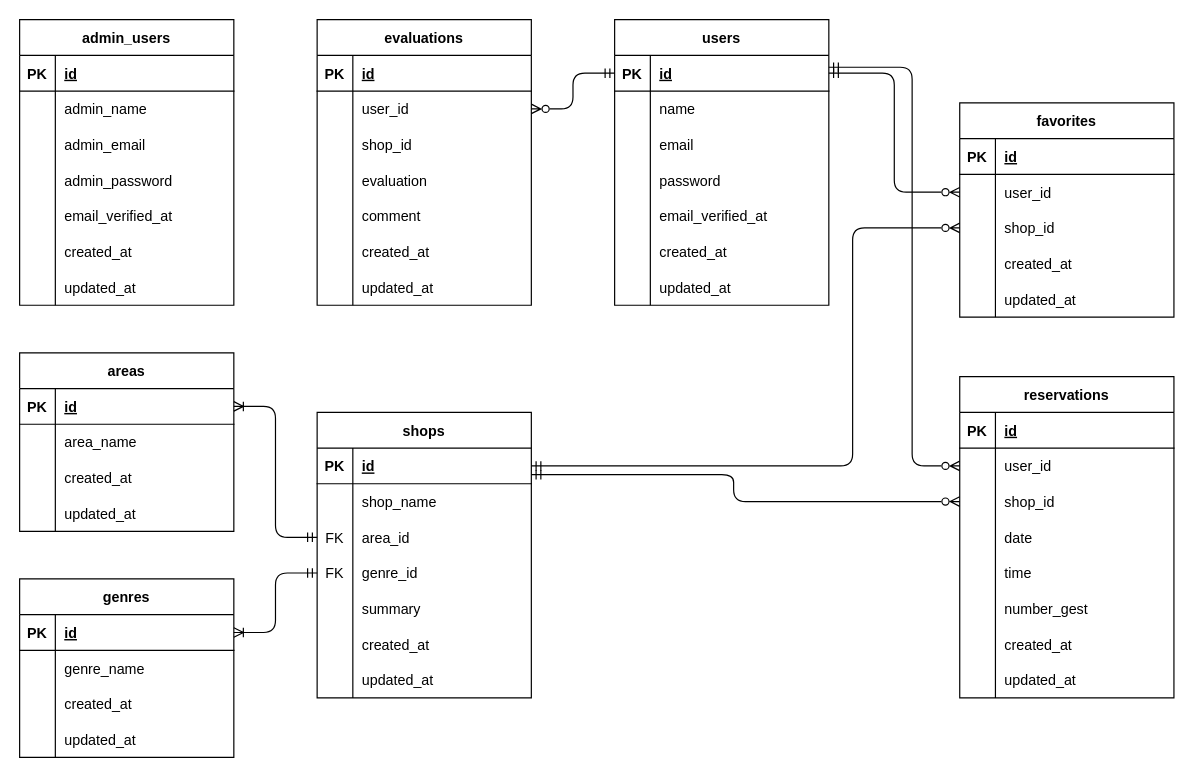
Earlier version of the draw.io diagram rese_ER.dio (ayuka-maruyama/Rese2024). Source tidied: cells renumbered, new cells numbered last; positions are measured from the earlier drawing's top-left corner, leaving out a move shared by most shapes. Both pictures are drawn from the tidied source at 119%, with x=0, y=0 at pixel (19, 19).
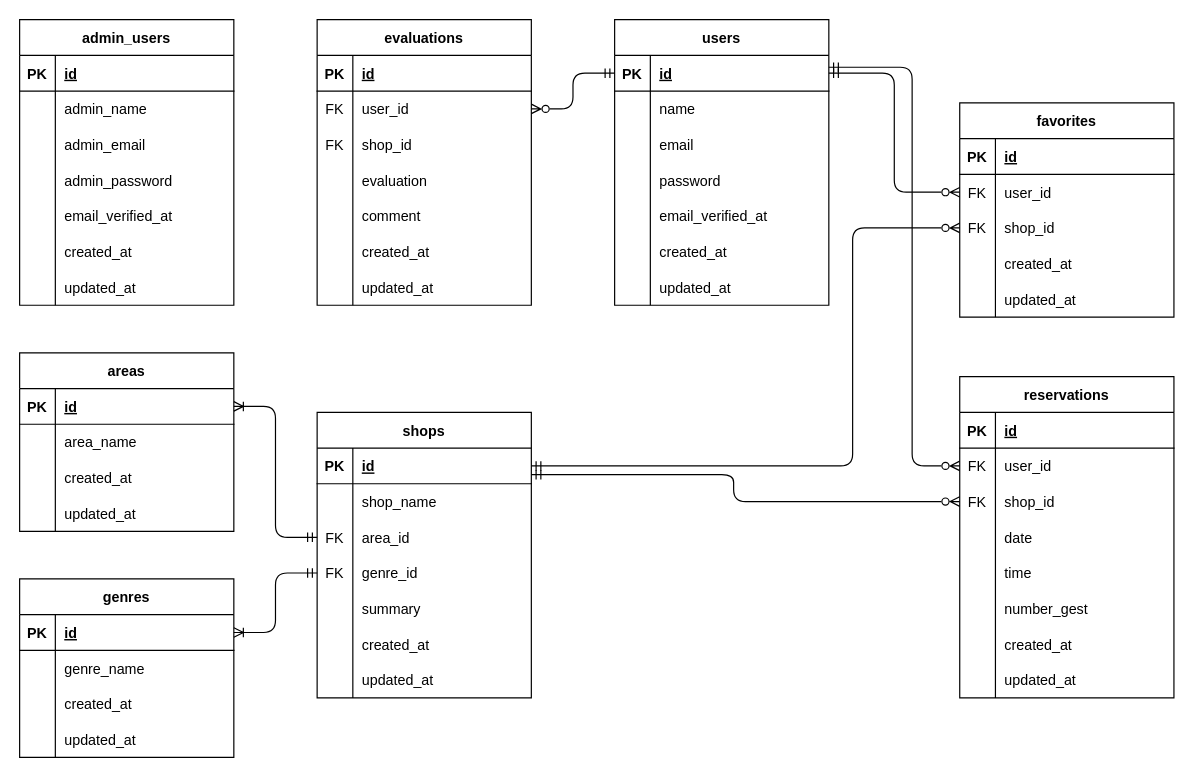
After the change.

Commit message:
ER図修正（FK記入忘れ）

The change refers to these unchanged cells:
```xml
<mxCell id="28" style="shape=tableRow;horizontal=0;startSize=0;swimlaneHead=0;swimlaneBody=0;fillColor=none;points=[[0,0.5],[1,0.5]];portConstraint=eastwest;top=0;left=0;right=0;bottom=0;" parent="24" vertex="1">
  <mxGeometry y="60" width="180" height="30" as="geometry" />
</mxCell>
<mxCell id="31" style="shape=tableRow;horizontal=0;startSize=0;swimlaneHead=0;swimlaneBody=0;fillColor=none;points=[[0,0.5],[1,0.5]];portConstraint=eastwest;top=0;left=0;right=0;bottom=0;" parent="24" vertex="1">
  <mxGeometry y="90" width="180" height="30" as="geometry" />
</mxCell>
<mxCell id="92" style="shape=tableRow;horizontal=0;startSize=0;swimlaneHead=0;swimlaneBody=0;fillColor=none;points=[[0,0.5],[1,0.5]];portConstraint=eastwest;top=0;left=0;right=0;bottom=0;" parent="88" vertex="1">
  <mxGeometry y="60" width="180" height="30" as="geometry" />
</mxCell>
<mxCell id="95" style="shape=tableRow;horizontal=0;startSize=0;swimlaneHead=0;swimlaneBody=0;fillColor=none;points=[[0,0.5],[1,0.5]];portConstraint=eastwest;top=0;left=0;right=0;bottom=0;" parent="88" vertex="1">
  <mxGeometry y="90" width="180" height="30" as="geometry" />
</mxCell>
<mxCell id="139" style="shape=tableRow;horizontal=0;startSize=0;swimlaneHead=0;swimlaneBody=0;fillColor=none;points=[[0,0.5],[1,0.5]];portConstraint=eastwest;top=0;left=0;right=0;bottom=0;" parent="135" vertex="1">
  <mxGeometry y="60" width="180" height="30" as="geometry" />
</mxCell>
<mxCell id="142" style="shape=tableRow;horizontal=0;startSize=0;swimlaneHead=0;swimlaneBody=0;fillColor=none;top=0;left=0;right=0;bottom=0;" parent="135" vertex="1">
  <mxGeometry y="90" width="180" height="30" as="geometry" />
</mxCell>
```

What changed in the source:
```diff
@@
-    <mxCell id="29" style="shape=partialRectangle;fillColor=none;top=0;left=0;bottom=0;right=0;overflow=hidden;" parent="28" vertex="1">
+    <mxCell id="29" value="FK" style="shape=partialRectangle;fillColor=none;top=0;left=0;bottom=0;right=0;overflow=hidden;" parent="28" vertex="1">
       <mxGeometry width="30" height="30" as="geometry" />
     </mxCell>
@@
-    <mxCell id="32" style="shape=partialRectangle;fillColor=none;top=0;left=0;bottom=0;right=0;overflow=hidden;" parent="31" vertex="1">
+    <mxCell id="32" value="FK" style="shape=partialRectangle;fillColor=none;top=0;left=0;bottom=0;right=0;overflow=hidden;" parent="31" vertex="1">
       <mxGeometry width="30" height="30" as="geometry" />
     </mxCell>
@@
-    <mxCell id="93" style="shape=partialRectangle;fillColor=none;top=0;left=0;bottom=0;right=0;overflow=hidden;" parent="92" vertex="1">
+    <mxCell id="93" value="FK" style="shape=partialRectangle;fillColor=none;top=0;left=0;bottom=0;right=0;overflow=hidden;" parent="92" vertex="1">
       <mxGeometry width="30" height="30" as="geometry" />
     </mxCell>
@@
-    <mxCell id="96" style="shape=partialRectangle;fillColor=none;top=0;left=0;bottom=0;right=0;overflow=hidden;" parent="95" vertex="1">
+    <mxCell id="96" value="FK" style="shape=partialRectangle;fillColor=none;top=0;left=0;bottom=0;right=0;overflow=hidden;" parent="95" vertex="1">
       <mxGeometry width="30" height="30" as="geometry" />
     </mxCell>
@@
-    <mxCell id="140" style="shape=partialRectangle;fillColor=none;top=0;left=0;bottom=0;right=0;overflow=hidden;" parent="139" vertex="1">
+    <mxCell id="140" value="FK" style="shape=partialRectangle;fillColor=none;top=0;left=0;bottom=0;right=0;overflow=hidden;" parent="139" vertex="1">
       <mxGeometry width="30" height="30" as="geometry" />
     </mxCell>
@@
-    <mxCell id="143" style="shape=partialRectangle;fillColor=none;top=0;left=0;bottom=0;right=0;overflow=hidden;" parent="142" vertex="1">
+    <mxCell id="143" value="FK" style="shape=partialRectangle;fillColor=none;top=0;left=0;bottom=0;right=0;overflow=hidden;" parent="142" vertex="1">
       <mxGeometry width="30" height="30" as="geometry" />
     </mxCell>
```
